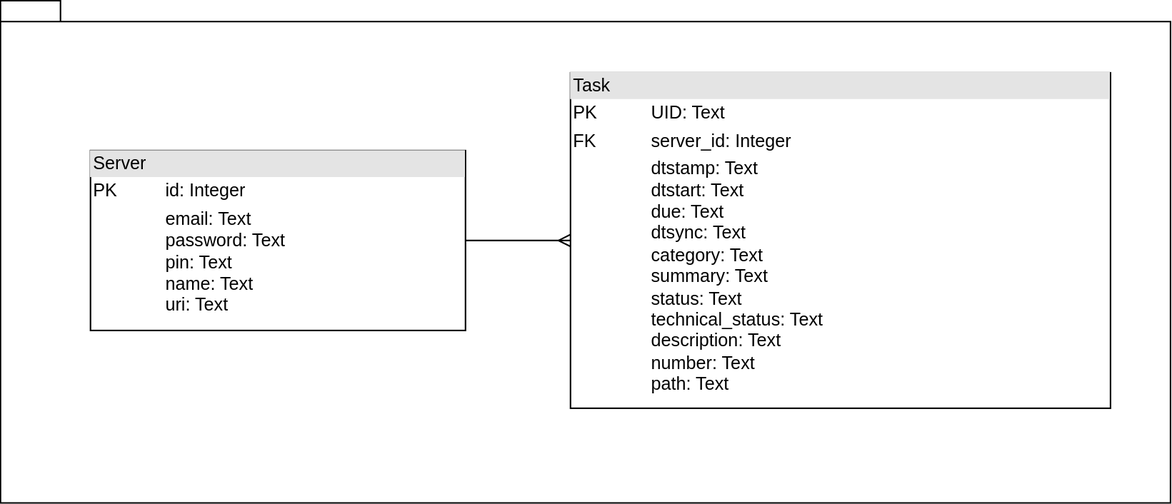
Earlier version of the draw.io export Documentation/DatabaseScheme/Images/db_scheme.svg (SUAI-TaskPlanner-Contest/TaskPlanner). Source tidied: cells renumbered, new cells last; positions are measured from the earlier drawing's top-left corner, leaving out a move shared by most shapes.
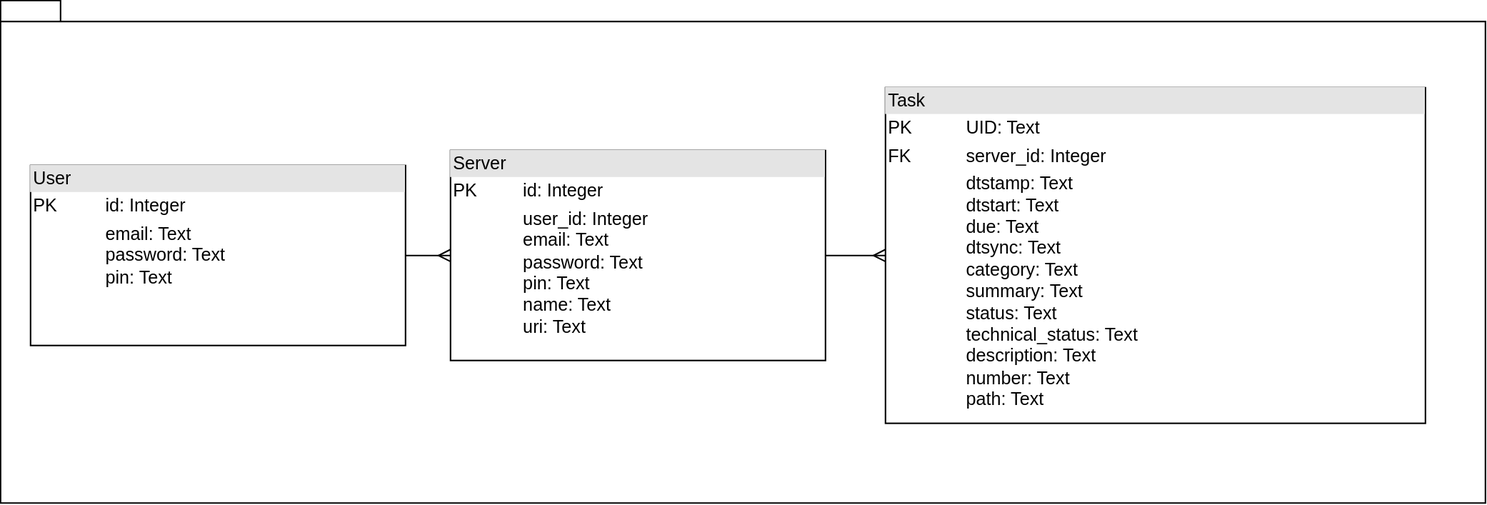
After the change.

Commit message:
update database scheme and md

What changed in the source:
```diff
@@ -3,16 +3,22 @@
     <mxCell id="0" />
     <mxCell id="1" parent="0" />
     <mxCell id="2" style="shape=folder;fontStyle=1;spacingTop=10;tabWidth=40;tabHeight=14;tabPosition=left;html=1;" parent="1" vertex="1">
-      <mxGeometry width="780" height="335" as="geometry" />
+      <mxGeometry x="-210" width="990" height="335" as="geometry" />
     </mxCell>
-    <mxCell id="3" value="&lt;div style=&quot;box-sizing:border-box;width:100%;background:#e4e4e4;padding:2px;&quot;&gt;Server&lt;/div&gt;&lt;table style=&quot;width:100%;font-size:1em;&quot; cellpadding=&quot;2&quot; cellspacing=&quot;0&quot;&gt;&lt;tbody&gt;&lt;tr&gt;&lt;td&gt;PK&lt;/td&gt;&lt;td&gt;id: Integer&lt;/td&gt;&lt;/tr&gt;&lt;tr&gt;&lt;td&gt;&lt;/td&gt;&lt;td&gt;email: Text&lt;br style=&quot;border-color: var(--border-color);&quot;&gt;password: Text&lt;br&gt;pin: Text&lt;br style=&quot;border-color: var(--border-color);&quot;&gt;name: Text&lt;br style=&quot;border-color: var(--border-color);&quot;&gt;uri: Text&lt;br&gt;&lt;/td&gt;&lt;/tr&gt;&lt;tr&gt;&lt;td&gt;&lt;br&gt;&lt;/td&gt;&lt;td&gt;&lt;br&gt;&lt;/td&gt;&lt;/tr&gt;&lt;/tbody&gt;&lt;/table&gt;" style="verticalAlign=top;align=left;overflow=fill;html=1;" parent="1" vertex="1">
-      <mxGeometry x="60" y="100" width="250" height="120" as="geometry" />
+    <mxCell id="3" value="&lt;div style=&quot;box-sizing:border-box;width:100%;background:#e4e4e4;padding:2px;&quot;&gt;Server&lt;/div&gt;&lt;table style=&quot;width:100%;font-size:1em;&quot; cellpadding=&quot;2&quot; cellspacing=&quot;0&quot;&gt;&lt;tbody&gt;&lt;tr&gt;&lt;td&gt;PK&lt;/td&gt;&lt;td&gt;id: Integer&lt;/td&gt;&lt;/tr&gt;&lt;tr&gt;&lt;td&gt;&lt;/td&gt;&lt;td&gt;user_id: Integer&lt;br&gt;email: Text&lt;br style=&quot;border-color: var(--border-color);&quot;&gt;password: Text&lt;br&gt;pin: Text&lt;br style=&quot;border-color: var(--border-color);&quot;&gt;name: Text&lt;br style=&quot;border-color: var(--border-color);&quot;&gt;uri: Text&lt;br&gt;&lt;/td&gt;&lt;/tr&gt;&lt;tr&gt;&lt;td&gt;&lt;br&gt;&lt;/td&gt;&lt;td&gt;&lt;br&gt;&lt;/td&gt;&lt;/tr&gt;&lt;/tbody&gt;&lt;/table&gt;" style="verticalAlign=top;align=left;overflow=fill;html=1;" parent="1" vertex="1">
+      <mxGeometry x="90" y="100" width="250" height="140" as="geometry" />
     </mxCell>
     <mxCell id="4" style="edgeStyle=entityRelationEdgeStyle;fontSize=12;html=1;endArrow=ERmany;rounded=0;exitX=1;exitY=0.5;exitDx=0;exitDy=0;entryX=0;entryY=0.5;entryDx=0;entryDy=0;" parent="1" edge="1" source="3" target="5">
       <mxGeometry relative="1" as="geometry" />
     </mxCell>
     <mxCell id="5" value="&lt;div style=&quot;box-sizing:border-box;width:100%;background:#e4e4e4;padding:2px;&quot;&gt;Task&lt;/div&gt;&lt;table style=&quot;width:100%;font-size:1em;&quot; cellpadding=&quot;2&quot; cellspacing=&quot;0&quot;&gt;&lt;tbody&gt;&lt;tr&gt;&lt;td&gt;PK&lt;/td&gt;&lt;td&gt;UID: Text&lt;/td&gt;&lt;/tr&gt;&lt;tr&gt;&lt;td&gt;FK&lt;/td&gt;&lt;td&gt;server_id: Integer&lt;br&gt;&lt;/td&gt;&lt;/tr&gt;&lt;tr&gt;&lt;td&gt;&lt;br&gt;&lt;/td&gt;&lt;td&gt;dtstamp: Text&lt;br&gt;dtstart: Text&lt;br&gt;due: Text&lt;br&gt;dtsync: Text&lt;br&gt;category: Text&lt;br&gt;summary: Text&lt;br&gt;status: Text&lt;br&gt;technical_status: Text&lt;br&gt;description: Text&lt;br&gt;number: Text&lt;br style=&quot;border-color: var(--border-color);&quot;&gt;path: Text&amp;nbsp;&lt;br style=&quot;border-color: var(--border-color);&quot;&gt;&lt;br&gt;&lt;/td&gt;&lt;/tr&gt;&lt;/tbody&gt;&lt;/table&gt;" style="verticalAlign=top;align=left;overflow=fill;html=1;" parent="1" vertex="1">
-      <mxGeometry x="380" y="48.1" width="360" height="223.8" as="geometry" />
+      <mxGeometry x="380" y="58.1" width="360" height="223.8" as="geometry" />
     </mxCell>
+    <mxCell id="6" value="&lt;div style=&quot;box-sizing:border-box;width:100%;background:#e4e4e4;padding:2px;&quot;&gt;User&lt;/div&gt;&lt;table style=&quot;width:100%;font-size:1em;&quot; cellpadding=&quot;2&quot; cellspacing=&quot;0&quot;&gt;&lt;tbody&gt;&lt;tr&gt;&lt;td&gt;PK&lt;/td&gt;&lt;td&gt;id: Integer&lt;/td&gt;&lt;/tr&gt;&lt;tr&gt;&lt;td&gt;&lt;/td&gt;&lt;td&gt;email: Text&lt;br style=&quot;border-color: var(--border-color);&quot;&gt;password: Text&lt;br&gt;pin: Text&lt;br&gt;&lt;/td&gt;&lt;/tr&gt;&lt;tr&gt;&lt;td&gt;&lt;br&gt;&lt;/td&gt;&lt;td&gt;&lt;br&gt;&lt;/td&gt;&lt;/tr&gt;&lt;/tbody&gt;&lt;/table&gt;" style="verticalAlign=top;align=left;overflow=fill;html=1;" parent="1" vertex="1">
+      <mxGeometry x="-190" y="110" width="250" height="120" as="geometry" />
+    </mxCell>
+    <mxCell id="7" style="edgeStyle=entityRelationEdgeStyle;fontSize=12;html=1;endArrow=ERmany;rounded=0;exitX=1;exitY=0.5;exitDx=0;exitDy=0;entryX=0;entryY=0.5;entryDx=0;entryDy=0;" parent="1" edge="1" source="6" target="3">
+      <mxGeometry relative="1" as="geometry" />
+    </mxCell>
   </root>
 </mxGraphModel>
```
